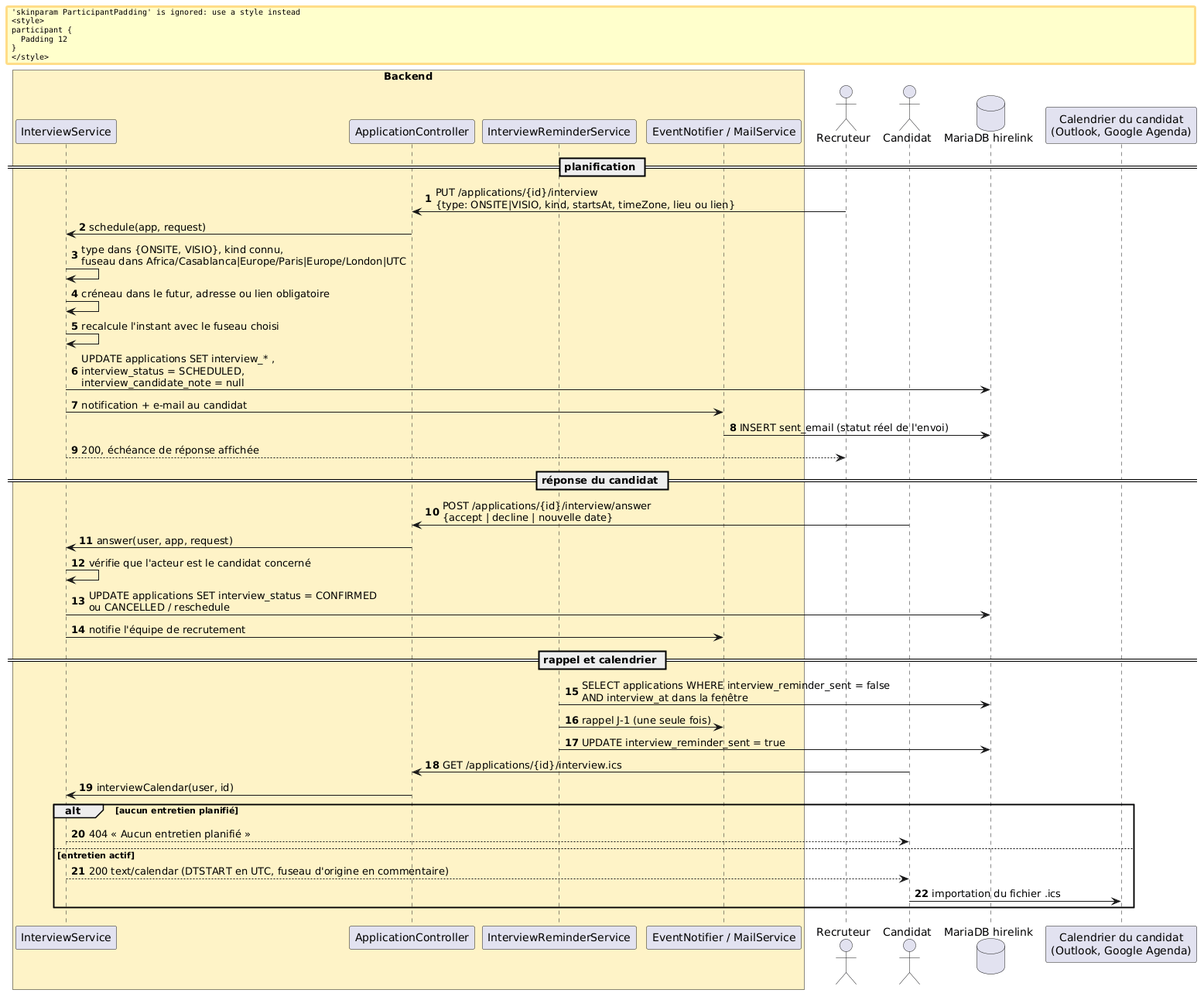
Before: docs/diagrammes/v5/04_sequence_entretien.png, a diagram exported from PlantUML (anadouae/HireLink). Its diagram source:
```plantuml
@startuml
autonumber
skinparam ParticipantPadding 12
box "Backend" #FEF3C7
  participant "InterviewService" as IV
  participant "ApplicationController" as AC
  participant "InterviewReminderService" as RM
  participant "EventNotifier / MailService" as MAIL
endbox
actor "Recruteur" as R
actor "Candidat" as C
database "MariaDB hirelink" as DB
participant "Calendrier du candidat\n(Outlook, Google Agenda)" as CAL

== planification ==
R -> AC : PUT /applications/{id}/interview\n{type: ONSITE|VISIO, kind, startsAt, timeZone, lieu ou lien}
AC -> IV : schedule(app, request)
IV -> IV : type dans {ONSITE, VISIO}, kind connu,\nfuseau dans Africa/Casablanca|Europe/Paris|Europe/London|UTC
IV -> IV : créneau dans le futur, adresse ou lien obligatoire
IV -> IV : recalcule l'instant avec le fuseau choisi
IV -> DB : UPDATE applications SET interview_* ,\ninterview_status = SCHEDULED,\ninterview_candidate_note = null
IV -> MAIL : notification + e-mail au candidat
MAIL -> DB : INSERT sent_email (statut réel de l'envoi)
IV --> R : 200, échéance de réponse affichée

== réponse du candidat ==
C -> AC : POST /applications/{id}/interview/answer\n{accept | decline | nouvelle date}
AC -> IV : answer(user, app, request)
IV -> IV : vérifie que l'acteur est le candidat concerné
IV -> DB : UPDATE applications SET interview_status = CONFIRMED\nou CANCELLED / reschedule
IV -> MAIL : notifie l'équipe de recrutement

== rappel et calendrier ==
RM -> DB : SELECT applications WHERE interview_reminder_sent = false\nAND interview_at dans la fenêtre
RM -> MAIL : rappel J-1 (une seule fois)
RM -> DB : UPDATE interview_reminder_sent = true
C -> AC : GET /applications/{id}/interview.ics
AC -> IV : interviewCalendar(user, id)
alt aucun entretien planifié
  IV --> C : 404 « Aucun entretien planifié »
else entretien actif
  IV --> C : 200 text/calendar (DTSTART en UTC, fuseau d'origine en commentaire)
  C -> CAL : importation du fichier .ics
end
@enduml
```
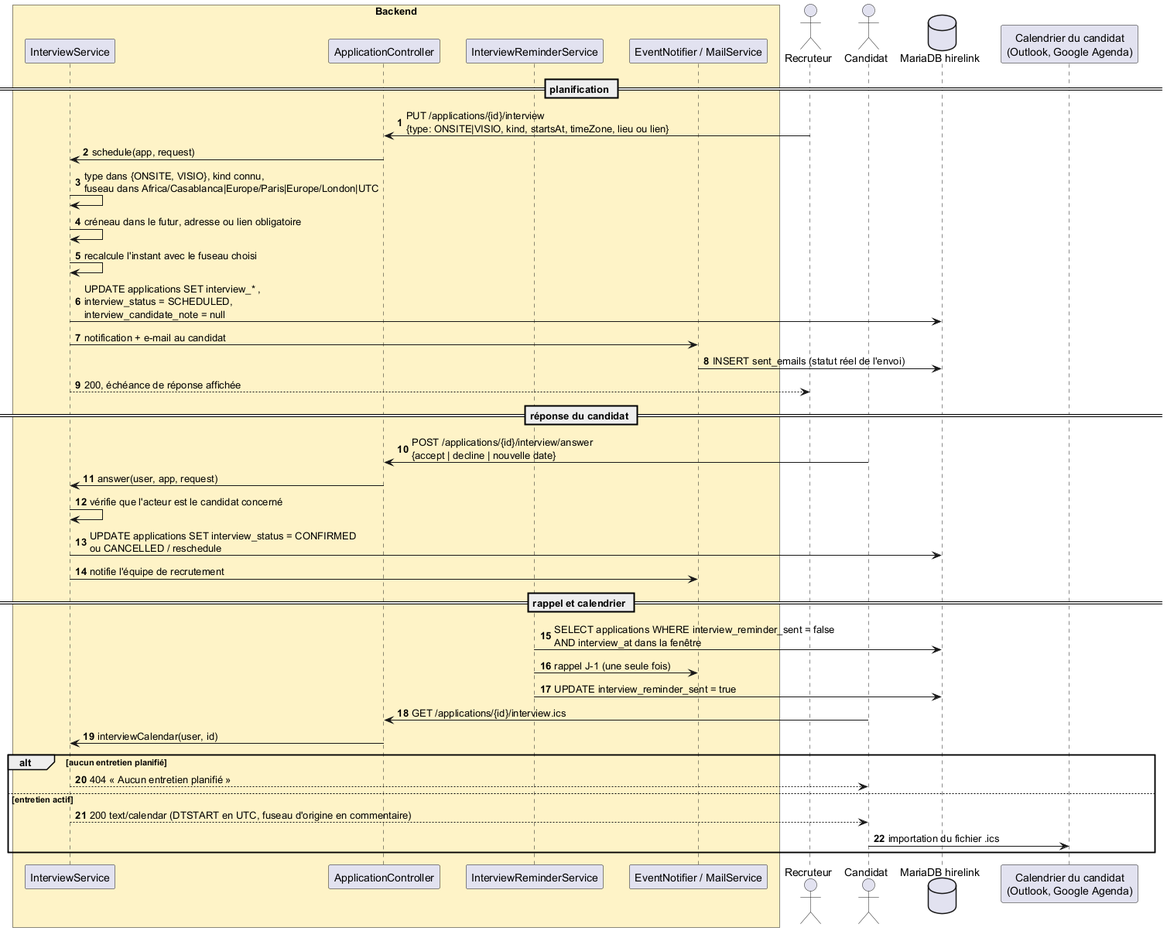
Later version of the same file.

The edit, as a diff of the source:
```diff
@@ -1,4 +1,4 @@
-@startuml
+@startuml sequence_entretien_v5
 autonumber
 skinparam ParticipantPadding 12
 box "Backend" #FEF3C7
@@ -20,7 +20,7 @@
 IV -> IV : recalcule l'instant avec le fuseau choisi
 IV -> DB : UPDATE applications SET interview_* ,\ninterview_status = SCHEDULED,\ninterview_candidate_note = null
 IV -> MAIL : notification + e-mail au candidat
-MAIL -> DB : INSERT sent_email (statut réel de l'envoi)
+MAIL -> DB : INSERT sent_emails (statut réel de l'envoi)
 IV --> R : 200, échéance de réponse affichée
 
 == réponse du candidat ==
```
